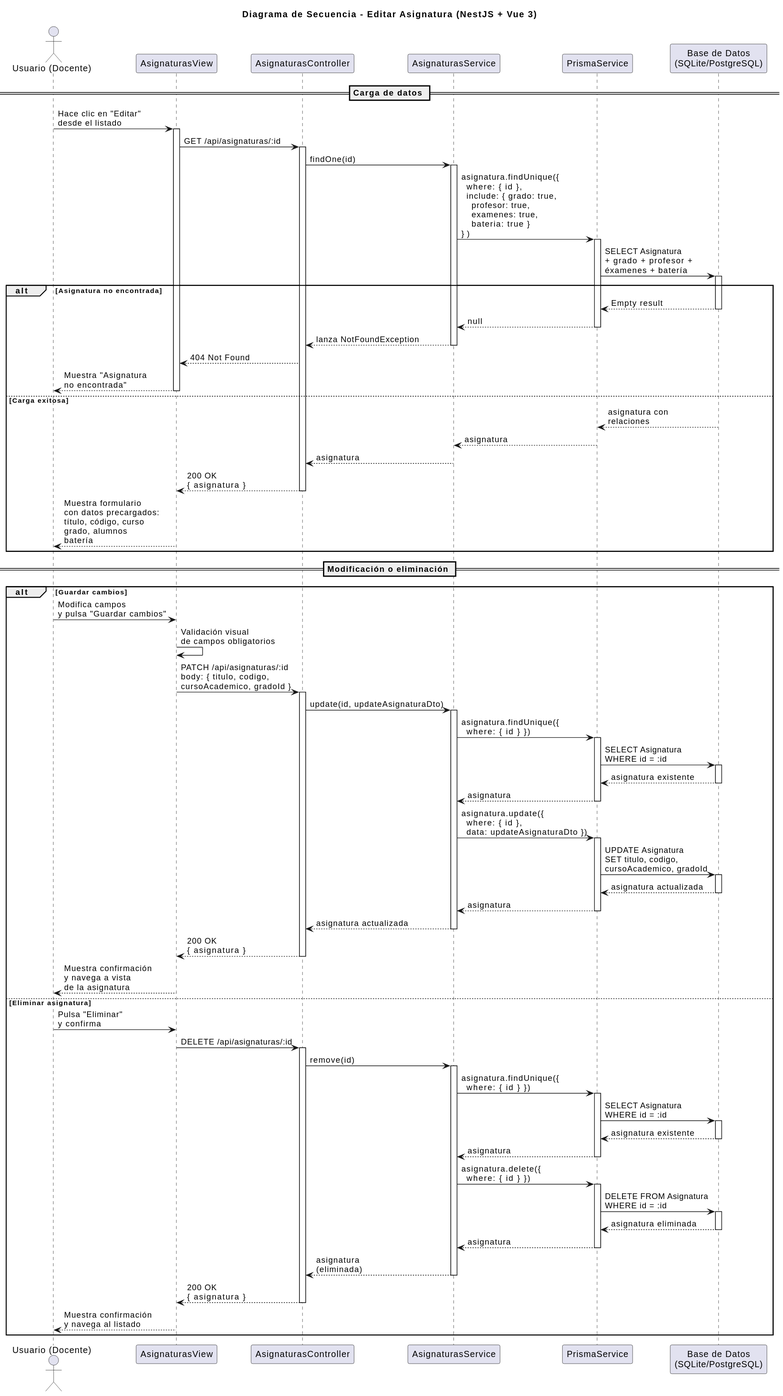
Earlier version of the PlantUML export images/diseño/editarAsignatura/secuencia.svg (marcosgutierrez6/25-26-idsw2-sdVC). Its diagram source:
```plantuml
@startuml
title Diagrama de Secuencia - Editar Asignatura (NestJS + Vue 3)

actor "Usuario (Docente)" as User
participant "AsignaturasView" as FE
participant "AsignaturasController" as Controller
participant "AsignaturasService" as Service
participant "PrismaService" as Prisma
participant "Base de Datos\n(SQLite/PostgreSQL)" as DB

== Carga de datos ==

User -> FE: Hace clic en "Editar"\ndesde el listado
activate FE

FE -> Controller: GET /api/asignaturas/:id
activate Controller

Controller -> Service: findOne(id)
activate Service

Service -> Prisma: asignatura.findUnique({\n  where: { id },\n  include: { grado: true,\n    profesor: true,\n    examenes: true,\n    bateria: true }\n})
activate Prisma
Prisma -> DB: SELECT Asignatura\n+ grado + profesor +\néxamenes + batería
activate DB

alt Asignatura no encontrada
  DB --> Prisma: Empty result
  deactivate DB
  Prisma --> Service: null
  deactivate Prisma
  Service --> Controller: lanza NotFoundException
  deactivate Service
  Controller --> FE: 404 Not Found
  FE --> User: Muestra "Asignatura\nno encontrada"
  deactivate FE
else Carga exitosa
  DB --> Prisma: asignatura con\nrelaciones
  deactivate DB
  Prisma --> Service: asignatura
  deactivate Prisma
  Service --> Controller: asignatura
  deactivate Service
  Controller --> FE: 200 OK\n{ asignatura }
  deactivate Controller
  FE --> User: Muestra formulario\ncon datos precargados:\ntítulo, código, curso\ngrado, alumnos\nbatería
end

== Modificación o eliminación ==

alt Guardar cambios
  User -> FE: Modifica campos\ny pulsa "Guardar cambios"
  FE -> FE: Validación visual\nde campos obligatorios

  FE -> Controller: PATCH /api/asignaturas/:id\nbody: { titulo, codigo,\ncursoAcademico, gradoId }
  activate Controller
  Controller -> Service: update(id, updateAsignaturaDto)
  activate Service

  Service -> Prisma: asignatura.findUnique({\n  where: { id } })
  activate Prisma
  Prisma -> DB: SELECT Asignatura\nWHERE id = :id
  activate DB
  DB --> Prisma: asignatura existente
  deactivate DB
  Prisma --> Service: asignatura
  deactivate Prisma

  Service -> Prisma: asignatura.update({\n  where: { id },\n  data: updateAsignaturaDto })
  activate Prisma
  Prisma -> DB: UPDATE Asignatura\nSET titulo, codigo,\ncursoAcademico, gradoId
  activate DB
  DB --> Prisma: asignatura actualizada
  deactivate DB
  Prisma --> Service: asignatura
  deactivate Prisma

  Service --> Controller: asignatura actualizada
  deactivate Service
  Controller --> FE: 200 OK\n{ asignatura }
  deactivate Controller
  FE --> User: Muestra confirmación\ny navega a vista\nde la asignatura

else Eliminar asignatura
  User -> FE: Pulsa "Eliminar"\ny confirma
  FE -> Controller: DELETE /api/asignaturas/:id
  activate Controller
  Controller -> Service: remove(id)
  activate Service

  Service -> Prisma: asignatura.findUnique({\n  where: { id } })
  activate Prisma
  Prisma -> DB: SELECT Asignatura\nWHERE id = :id
  activate DB
  DB --> Prisma: asignatura existente
  deactivate DB
  Prisma --> Service: asignatura
  deactivate Prisma

  Service -> Prisma: asignatura.delete({\n  where: { id } })
  activate Prisma
  Prisma -> DB: DELETE FROM Asignatura\nWHERE id = :id
  activate DB
  DB --> Prisma: asignatura eliminada
  deactivate DB
  Prisma --> Service: asignatura
  deactivate Prisma

  Service --> Controller: asignatura\n(eliminada)
  deactivate Service
  Controller --> FE: 200 OK\n{ asignatura }
  deactivate Controller
  FE --> User: Muestra confirmación\ny navega al listado
end

deactivate FE
@enduml
```
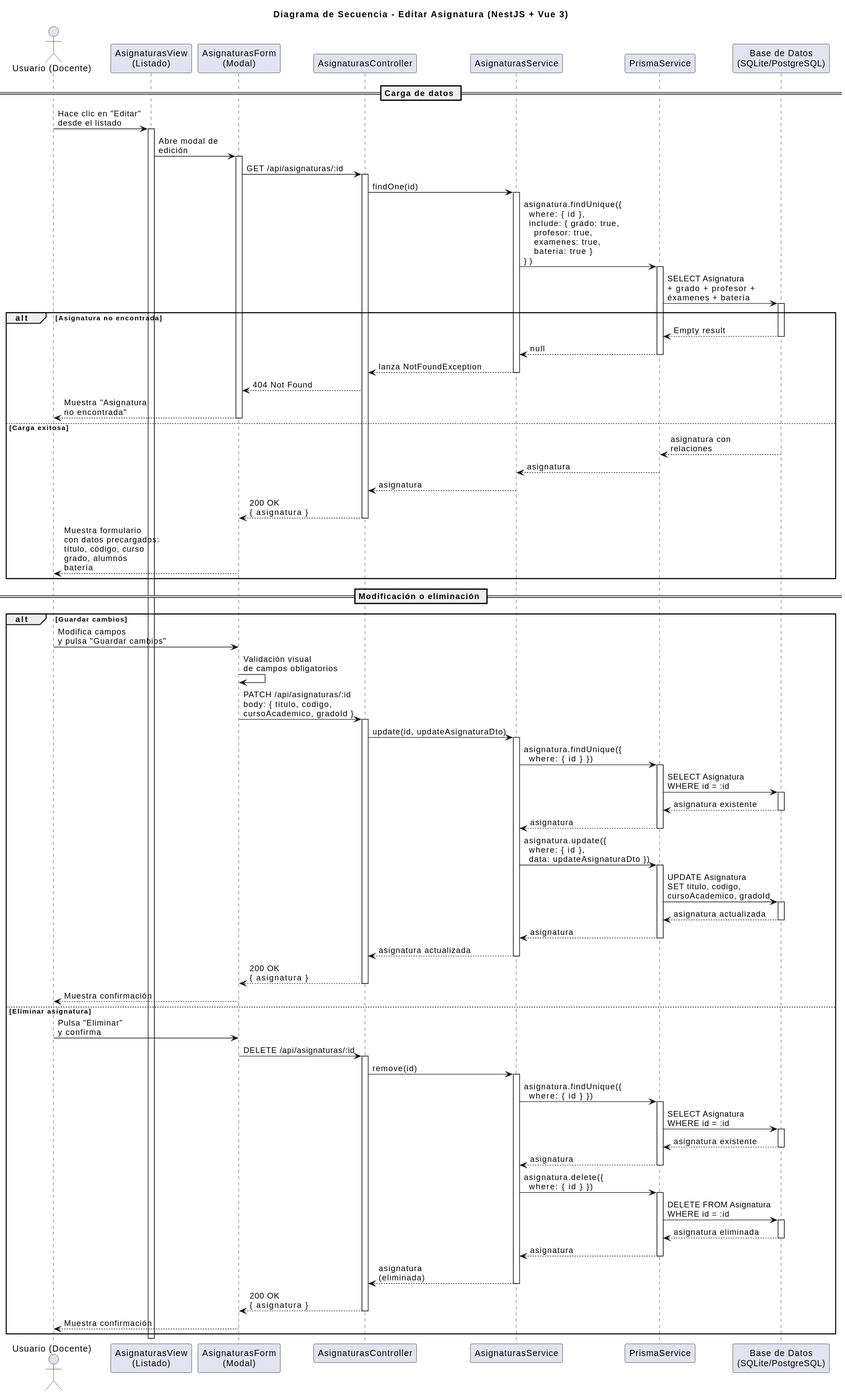
The same file after the commit.

The edit, as a diff of the source:
```diff
@@ -2,7 +2,8 @@
 title Diagrama de Secuencia - Editar Asignatura (NestJS + Vue 3)
 
 actor "Usuario (Docente)" as User
-participant "AsignaturasView" as FE
+participant "AsignaturasView\n(Listado)" as List
+participant "AsignaturasForm\n(Modal)" as Form
 participant "AsignaturasController" as Controller
 participant "AsignaturasService" as Service
 participant "PrismaService" as Prisma
@@ -10,10 +11,13 @@
 
 == Carga de datos ==
 
-User -> FE: Hace clic en "Editar"\ndesde el listado
-activate FE
+User -> List: Hace clic en "Editar"\ndesde el listado
+activate List
 
-FE -> Controller: GET /api/asignaturas/:id
+List -> Form: Abre modal de\nedición
+activate Form
+
+Form -> Controller: GET /api/asignaturas/:id
 activate Controller
 
 Controller -> Service: findOne(id)
@@ -31,9 +35,9 @@
   deactivate Prisma
   Service --> Controller: lanza NotFoundException
   deactivate Service
-  Controller --> FE: 404 Not Found
-  FE --> User: Muestra "Asignatura\nno encontrada"
-  deactivate FE
+  Controller --> Form: 404 Not Found
+  Form --> User: Muestra "Asignatura\nno encontrada"
+  deactivate Form
 else Carga exitosa
   DB --> Prisma: asignatura con\nrelaciones
   deactivate DB
@@ -41,18 +45,18 @@
   deactivate Prisma
   Service --> Controller: asignatura
   deactivate Service
-  Controller --> FE: 200 OK\n{ asignatura }
+  Controller --> Form: 200 OK\n{ asignatura }
   deactivate Controller
-  FE --> User: Muestra formulario\ncon datos precargados:\ntítulo, código, curso\ngrado, alumnos\nbatería
+  Form --> User: Muestra formulario\ncon datos precargados:\ntítulo, código, curso\ngrado, alumnos\nbatería
 end
 
 == Modificación o eliminación ==
 
 alt Guardar cambios
-  User -> FE: Modifica campos\ny pulsa "Guardar cambios"
-  FE -> FE: Validación visual\nde campos obligatorios
+  User -> Form: Modifica campos\ny pulsa "Guardar cambios"
+  Form -> Form: Validación visual\nde campos obligatorios
 
-  FE -> Controller: PATCH /api/asignaturas/:id\nbody: { titulo, codigo,\ncursoAcademico, gradoId }
+  Form -> Controller: PATCH /api/asignaturas/:id\nbody: { titulo, codigo,\ncursoAcademico, gradoId }
   activate Controller
   Controller -> Service: update(id, updateAsignaturaDto)
   activate Service
@@ -77,13 +81,13 @@
 
   Service --> Controller: asignatura actualizada
   deactivate Service
-  Controller --> FE: 200 OK\n{ asignatura }
+  Controller --> Form: 200 OK\n{ asignatura }
   deactivate Controller
-  FE --> User: Muestra confirmación\ny navega a vista\nde la asignatura
+  Form --> User: Muestra confirmación
 
 else Eliminar asignatura
-  User -> FE: Pulsa "Eliminar"\ny confirma
-  FE -> Controller: DELETE /api/asignaturas/:id
+  User -> Form: Pulsa "Eliminar"\ny confirma
+  Form -> Controller: DELETE /api/asignaturas/:id
   activate Controller
   Controller -> Service: remove(id)
   activate Service
@@ -108,10 +112,11 @@
 
   Service --> Controller: asignatura\n(eliminada)
   deactivate Service
-  Controller --> FE: 200 OK\n{ asignatura }
+  Controller --> Form: 200 OK\n{ asignatura }
   deactivate Controller
-  FE --> User: Muestra confirmación\ny navega al listado
+  Form --> User: Muestra confirmación
 end
 
-deactivate FE
+deactivate Form
+deactivate List
 @enduml
```
